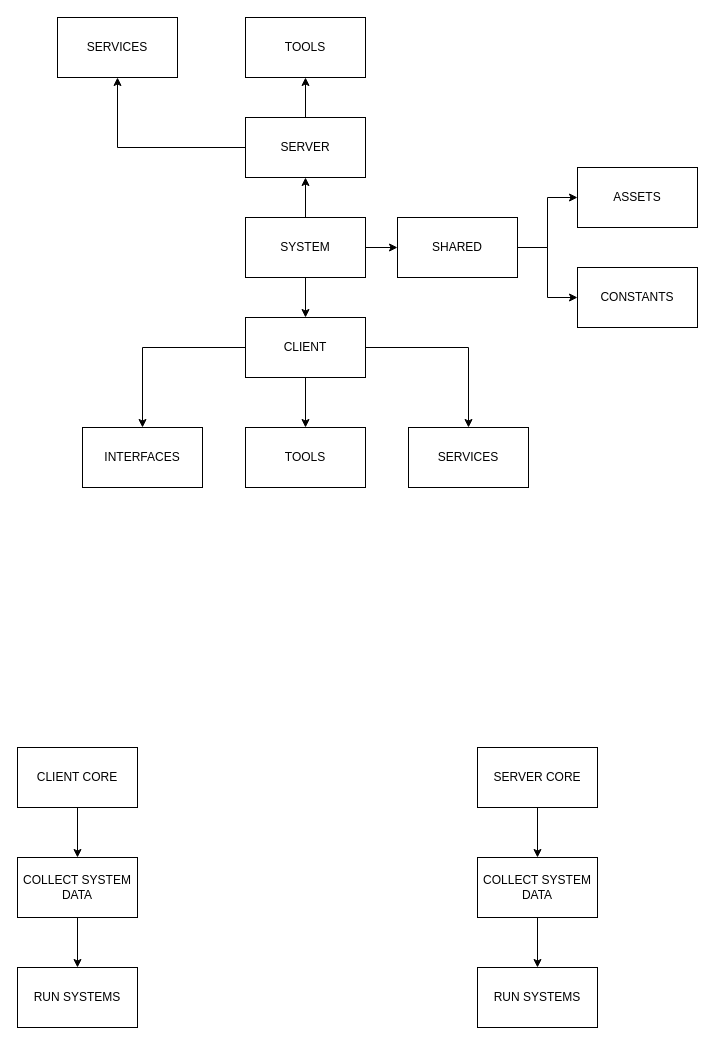
Above: Personal/FullstackFramework.drawio in olimaly/Diagrams (draw.io), before the change. Source tidied: cells renumbered, new cells numbered last; positions are measured from the earlier drawing's top-left corner, leaving out a move shared by most shapes. Both pictures are drawn from the tidied source at 100%, with x=0, y=0 at pixel (17, 17).
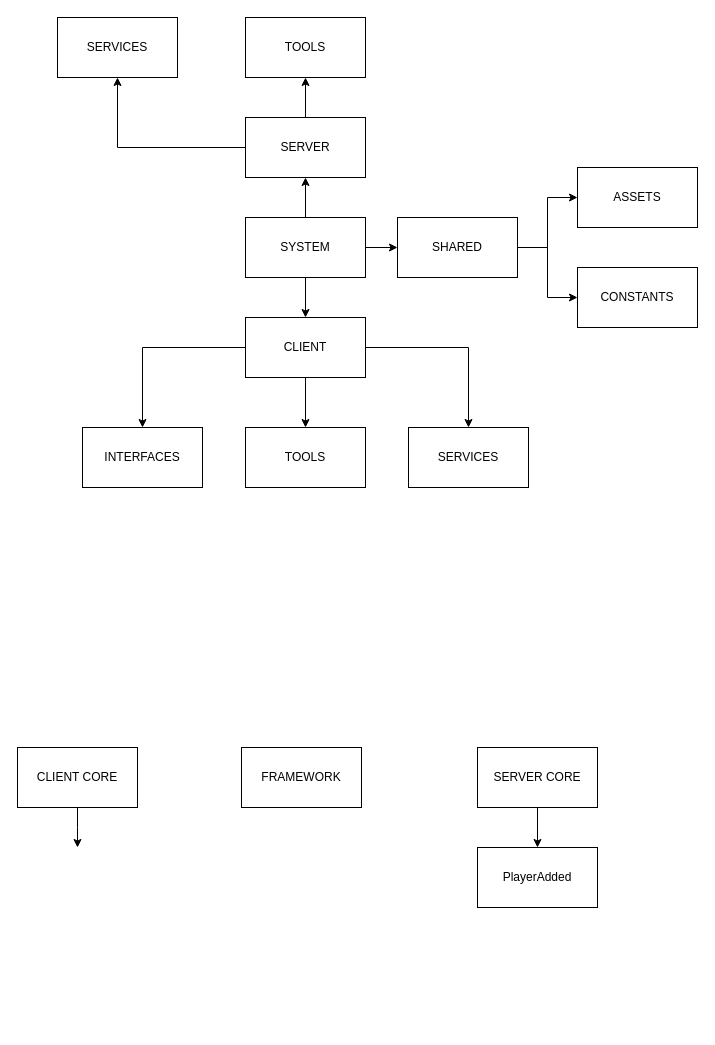
The same diagram, later.

Unchanged cells that the change refers to:
```xml
<mxCell id="3" value="CLIENT CORE" style="rounded=0;whiteSpace=wrap;html=1;" parent="1" vertex="1">
  <mxGeometry y="730" width="120" height="60" as="geometry" />
</mxCell>
<mxCell id="5" value="SERVER CORE" style="rounded=0;whiteSpace=wrap;html=1;" parent="1" vertex="1">
  <mxGeometry x="460" y="730" width="120" height="60" as="geometry" />
</mxCell>
```

Change to the diagram source:
```diff
@@
-    <mxCell id="2" style="edgeStyle=orthogonalEdgeStyle;rounded=0;jettySize=auto;html=1;" parent="1" edge="1" source="3" target="7">
-      <mxGeometry relative="1" as="geometry" />
-    </mxCell>
+    <mxCell id="33" style="edgeStyle=orthogonalEdgeStyle;rounded=0;jettySize=auto;html=1;" parent="1" edge="1" source="3">
+      <mxGeometry relative="1" as="geometry">
+        <mxPoint x="60" y="830" as="targetPoint" />
+      </mxGeometry>
+    </mxCell>
@@
-    <mxCell id="4" style="edgeStyle=orthogonalEdgeStyle;rounded=0;jettySize=auto;html=1;entryX=0.5;entryY=0;entryDx=0;entryDy=0;" parent="1" edge="1" source="5" target="18">
-      <mxGeometry relative="1" as="geometry" />
-    </mxCell>
+    <mxCell id="34" style="edgeStyle=orthogonalEdgeStyle;rounded=0;jettySize=auto;html=1;entryX=0.5;entryY=0;entryDx=0;entryDy=0;" parent="1" edge="1" source="5" target="36">
+      <mxGeometry relative="1" as="geometry" />
+    </mxCell>
@@
-    <mxCell id="6" style="edgeStyle=orthogonalEdgeStyle;rounded=0;jettySize=auto;html=1;" parent="1" edge="1" source="7" target="8">
-      <mxGeometry relative="1" as="geometry" />
-    </mxCell>
-    <mxCell id="7" value="COLLECT SYSTEM DATA" style="whiteSpace=wrap;html=1;rounded=0;" parent="1" vertex="1">
-      <mxGeometry y="840" width="120" height="60" as="geometry" />
-    </mxCell>
-    <mxCell id="8" value="RUN SYSTEMS" style="whiteSpace=wrap;html=1;rounded=0;" parent="1" vertex="1">
-      <mxGeometry y="950" width="120" height="60" as="geometry" />
-    </mxCell>
@@
-    <mxCell id="17" style="edgeStyle=orthogonalEdgeStyle;rounded=0;jettySize=auto;html=1;" parent="1" edge="1" source="18" target="19">
-      <mxGeometry relative="1" as="geometry" />
-    </mxCell>
-    <mxCell id="18" value="COLLECT SYSTEM DATA" style="whiteSpace=wrap;html=1;rounded=0;" parent="1" vertex="1">
-      <mxGeometry x="460" y="840" width="120" height="60" as="geometry" />
-    </mxCell>
-    <mxCell id="19" value="RUN SYSTEMS" style="whiteSpace=wrap;html=1;rounded=0;" parent="1" vertex="1">
-      <mxGeometry x="460" y="950" width="120" height="60" as="geometry" />
-    </mxCell>
@@
+    <mxCell id="35" value="FRAMEWORK" style="whiteSpace=wrap;html=1;rounded=0;" parent="1" vertex="1">
+      <mxGeometry x="224" y="730" width="120" height="60" as="geometry" />
+    </mxCell>
+    <mxCell id="36" value="PlayerAdded" style="whiteSpace=wrap;html=1;rounded=0;" parent="1" vertex="1">
+      <mxGeometry x="460" y="830" width="120" height="60" as="geometry" />
+    </mxCell>
```
